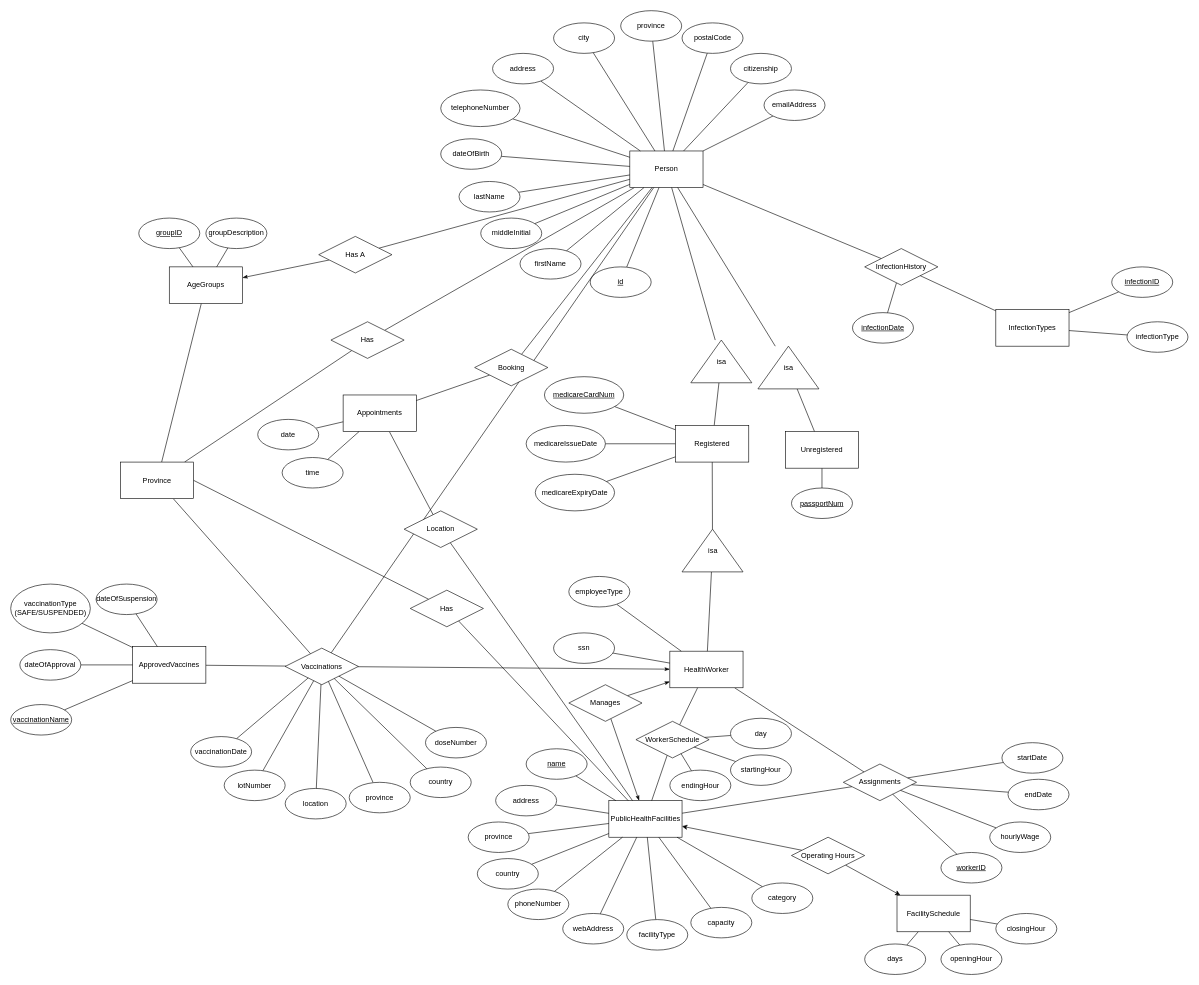
The draw.io diagram Diagram/er-model.drawio in sobhan-m/comp353-main-project, before the edit. Source tidied: cells renumbered, new cells numbered last; positions are measured from the earlier drawing's top-left corner, leaving out a move shared by most shapes. Both pictures are drawn from the tidied source at 61%, with x=0, y=0 at pixel (10, 10).
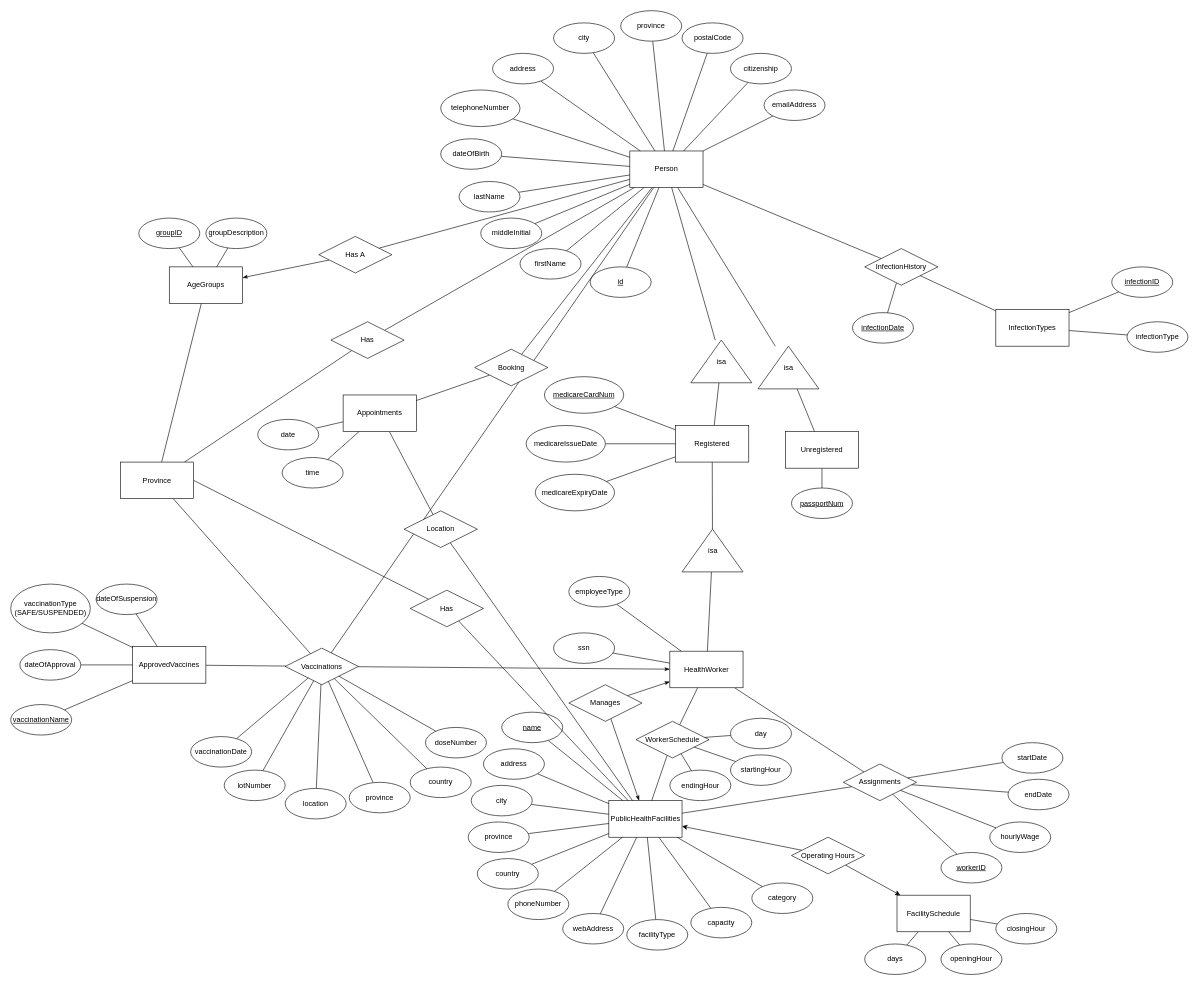
The same page after the edit.

Unchanged cells that the change refers to:
```xml
<mxCell id="40" value="PublicHealthFacilities" style="rounded=0;whiteSpace=wrap;html=1;" parent="1" vertex="1">
  <mxGeometry x="980.6" y="1295" width="120" height="60" as="geometry" />
</mxCell>
```

What changed in the source:
```diff
@@
+    <mxCell id="166" style="edgeStyle=none;html=1;endArrow=none;endFill=0;" parent="1" edge="1" source="40" target="167">
+      <mxGeometry relative="1" as="geometry" />
+    </mxCell>
@@
     <mxCell id="42" value="&lt;u&gt;name&lt;/u&gt;" style="ellipse;whiteSpace=wrap;html=1;" parent="1" vertex="1">
-      <mxGeometry x="845" y="1210" width="100" height="50" as="geometry" />
+      <mxGeometry x="805" y="1150" width="100" height="50" as="geometry" />
     </mxCell>
@@
     <mxCell id="44" value="address" style="ellipse;whiteSpace=wrap;html=1;" parent="1" vertex="1">
-      <mxGeometry x="795" y="1270" width="100" height="50" as="geometry" />
+      <mxGeometry x="775" y="1210" width="100" height="50" as="geometry" />
     </mxCell>
@@
+    <mxCell id="167" value="city" style="ellipse;whiteSpace=wrap;html=1;" parent="1" vertex="1">
+      <mxGeometry x="755" y="1270" width="100" height="50" as="geometry" />
+    </mxCell>
```
